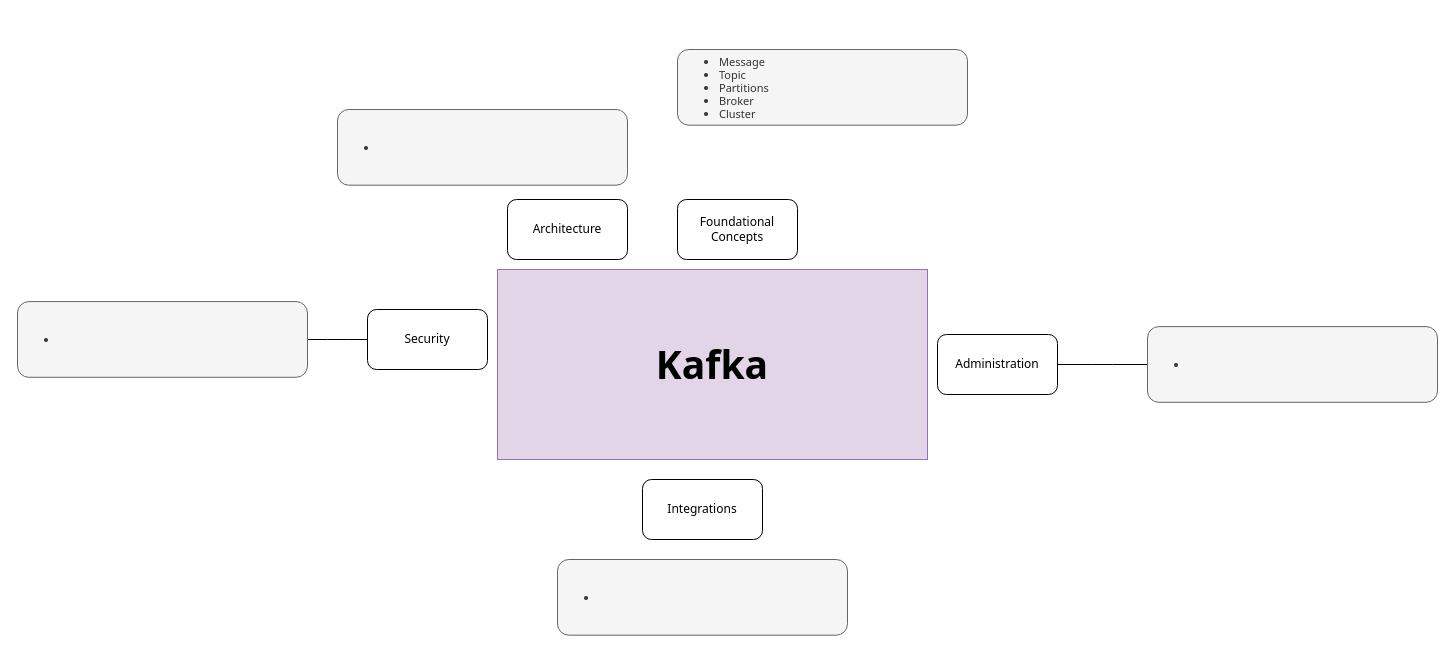
Above: Kafka.drawio in kanchantewary/MindMaps (draw.io), before the change. Source tidied: cells renumbered, new cells numbered last; positions are measured from the earlier drawing's top-left corner, leaving out a move shared by most shapes. Both pictures are drawn from the tidied source at 100%, with x=0, y=0 at pixel (17, 49).
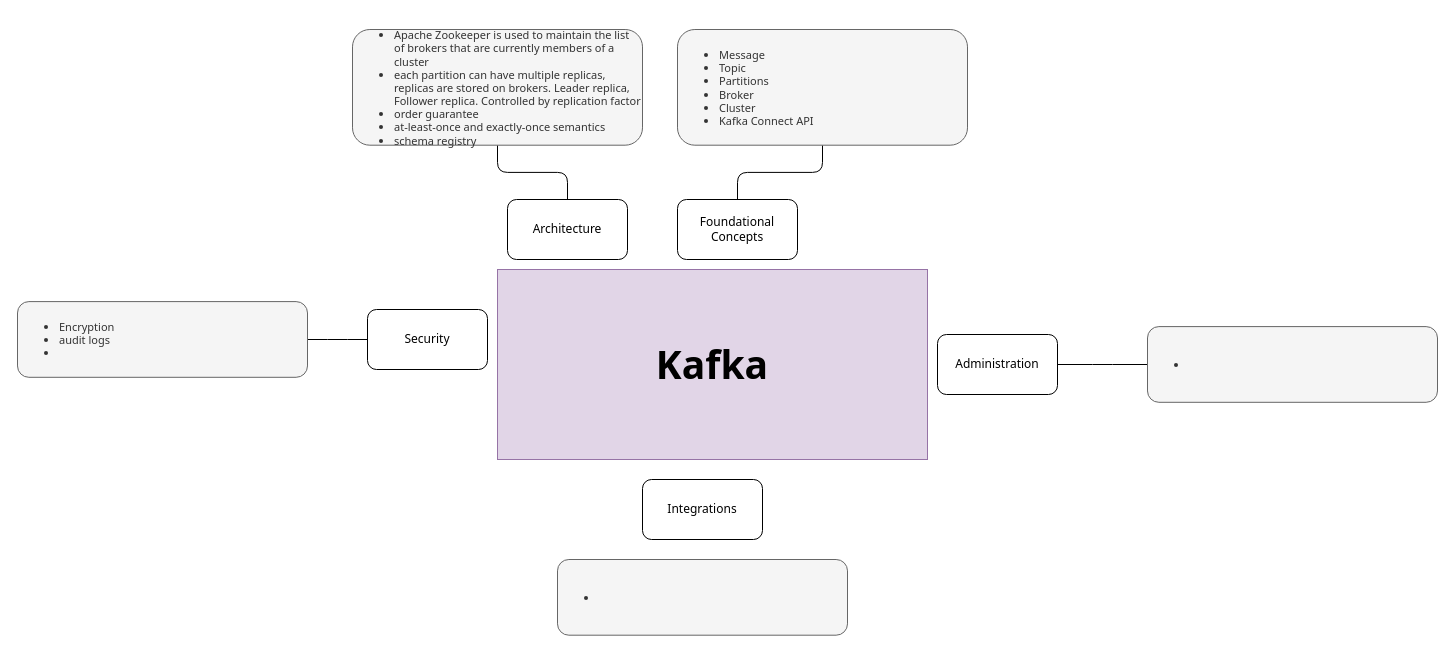
After the change.

What changed in the source:
```diff
@@
 <mxGraphModel>
   <root>
     <mxCell id="0" />
     <mxCell id="1" parent="0" />
     <mxCell id="2" value="&lt;h2&gt;Kafka&lt;/h2&gt;" style="rounded=0;whiteSpace=wrap;html=1;fontSize=26;fontFamily=Tahoma;fillColor=#e1d5e7;strokeColor=#9673a6;" parent="1" vertex="1">
       <mxGeometry x="480" y="220" width="430" height="190" as="geometry" />
     </mxCell>
+    <mxCell id="15" style="edgeStyle=orthogonalEdgeStyle;rounded=1;jettySize=auto;html=1;fontFamily=Tahoma;endArrow=none;endFill=0;" parent="1" edge="1" source="3" target="11">
+      <mxGeometry relative="1" as="geometry" />
+    </mxCell>
     <mxCell id="3" value="Architecture" style="rounded=1;whiteSpace=wrap;html=1;fontFamily=Tahoma;" parent="1" vertex="1">
       <mxGeometry x="490" y="150" width="120" height="60" as="geometry" />
     </mxCell>
     <mxCell id="4" value="Integrations" style="rounded=1;whiteSpace=wrap;html=1;fontFamily=Tahoma;" parent="1" vertex="1">
       <mxGeometry x="625" y="430" width="120" height="60" as="geometry" />
     </mxCell>
     <mxCell id="5" style="edgeStyle=orthogonalEdgeStyle;rounded=1;jettySize=auto;html=1;fontFamily=Tahoma;endArrow=none;endFill=0;" parent="1" edge="1" source="6" target="12">
       <mxGeometry relative="1" as="geometry" />
     </mxCell>
     <mxCell id="6" value="Security" style="rounded=1;whiteSpace=wrap;html=1;fontFamily=Tahoma;" parent="1" vertex="1">
       <mxGeometry x="350" y="260" width="120" height="60" as="geometry" />
     </mxCell>
     <mxCell id="7" style="edgeStyle=orthogonalEdgeStyle;rounded=1;jettySize=auto;html=1;fontFamily=Tahoma;endArrow=none;endFill=0;" parent="1" edge="1" source="8" target="9">
       <mxGeometry relative="1" as="geometry" />
     </mxCell>
     <mxCell id="8" value="Administration" style="rounded=1;whiteSpace=wrap;html=1;fontFamily=Tahoma;" parent="1" vertex="1">
       <mxGeometry x="920" y="285" width="120" height="60" as="geometry" />
     </mxCell>
     <mxCell id="9" value="&lt;ul&gt;&lt;li&gt;&lt;br&gt;&lt;/li&gt;&lt;/ul&gt;" style="rounded=1;whiteSpace=wrap;html=1;fontFamily=Tahoma;align=left;fontSize=11;fillColor=#f5f5f5;fontColor=#333333;strokeColor=#666666;" parent="1" vertex="1">
       <mxGeometry x="1130" y="277.1" width="290" height="75.7" as="geometry" />
     </mxCell>
     <mxCell id="10" value="&lt;ul&gt;&lt;li&gt;&lt;br&gt;&lt;/li&gt;&lt;/ul&gt;" style="rounded=1;whiteSpace=wrap;html=1;fontFamily=Tahoma;align=left;fontSize=11;fillColor=#f5f5f5;fontColor=#333333;strokeColor=#666666;" parent="1" vertex="1">
       <mxGeometry x="540" y="510" width="290" height="75.7" as="geometry" />
     </mxCell>
-    <mxCell id="11" value="&lt;ul&gt;&lt;li&gt;&lt;br&gt;&lt;/li&gt;&lt;/ul&gt;" style="rounded=1;whiteSpace=wrap;html=1;fontFamily=Tahoma;align=left;fontSize=11;fillColor=#f5f5f5;fontColor=#333333;strokeColor=#666666;" parent="1" vertex="1">
-      <mxGeometry x="320" y="60" width="290" height="75.7" as="geometry" />
+    <mxCell id="11" value="&lt;ul&gt;&lt;li&gt;&lt;span&gt;Apache Zookeeper is used to maintain the list of brokers that are currently members of a cluster&lt;/span&gt;&lt;br&gt;&lt;/li&gt;&lt;li&gt;each partition can have multiple replicas, replicas are stored on brokers. Leader replica, Follower replica. Controlled by replication factor&lt;/li&gt;&lt;li&gt;order guarantee&lt;/li&gt;&lt;li&gt;at-least-once and exactly-once semantics&lt;/li&gt;&lt;li&gt;schema registry&lt;/li&gt;&lt;/ul&gt;" style="rounded=1;whiteSpace=wrap;html=1;fontFamily=Tahoma;align=left;fontSize=11;fillColor=#f5f5f5;fontColor=#333333;strokeColor=#666666;" parent="1" vertex="1">
+      <mxGeometry x="335" y="-20" width="290" height="115.7" as="geometry" />
     </mxCell>
-    <mxCell id="12" value="&lt;ul&gt;&lt;li&gt;&lt;br&gt;&lt;/li&gt;&lt;/ul&gt;" style="rounded=1;whiteSpace=wrap;html=1;fontFamily=Tahoma;align=left;fontSize=11;fillColor=#f5f5f5;fontColor=#333333;strokeColor=#666666;" parent="1" vertex="1">
+    <mxCell id="12" value="&lt;ul&gt;&lt;li&gt;Encryption&lt;/li&gt;&lt;li&gt;audit logs&lt;/li&gt;&lt;li&gt;&lt;br&gt;&lt;/li&gt;&lt;/ul&gt;" style="rounded=1;whiteSpace=wrap;html=1;fontFamily=Tahoma;align=left;fontSize=11;fillColor=#f5f5f5;fontColor=#333333;strokeColor=#666666;" parent="1" vertex="1">
       <mxGeometry y="252.1" width="290" height="75.7" as="geometry" />
     </mxCell>
+    <mxCell id="16" style="edgeStyle=orthogonalEdgeStyle;rounded=1;jettySize=auto;html=1;fontFamily=Tahoma;endArrow=none;endFill=0;" parent="1" edge="1" source="13" target="14">
+      <mxGeometry relative="1" as="geometry" />
+    </mxCell>
     <mxCell id="13" value="Foundational Concepts" style="rounded=1;whiteSpace=wrap;html=1;fontFamily=Tahoma;" parent="1" vertex="1">
       <mxGeometry x="660" y="150" width="120" height="60" as="geometry" />
     </mxCell>
-    <mxCell id="14" value="&lt;ul&gt;&lt;li&gt;Message&lt;/li&gt;&lt;li&gt;Topic&lt;/li&gt;&lt;li&gt;Partitions&lt;/li&gt;&lt;li&gt;Broker&lt;/li&gt;&lt;li&gt;Cluster&lt;/li&gt;&lt;/ul&gt;" style="rounded=1;whiteSpace=wrap;html=1;fontFamily=Tahoma;align=left;fontSize=11;fillColor=#f5f5f5;fontColor=#333333;strokeColor=#666666;" parent="1" vertex="1">
-      <mxGeometry x="660" width="290" height="75.7" as="geometry" />
+    <mxCell id="14" value="&lt;ul&gt;&lt;li&gt;Message&lt;/li&gt;&lt;li&gt;Topic&lt;/li&gt;&lt;li&gt;Partitions&lt;/li&gt;&lt;li&gt;Broker&lt;/li&gt;&lt;li&gt;Cluster&lt;/li&gt;&lt;li&gt;Kafka Connect API&lt;/li&gt;&lt;/ul&gt;" style="rounded=1;whiteSpace=wrap;html=1;fontFamily=Tahoma;align=left;fontSize=11;fillColor=#f5f5f5;fontColor=#333333;strokeColor=#666666;" parent="1" vertex="1">
+      <mxGeometry x="660" y="-20" width="290" height="115.7" as="geometry" />
     </mxCell>
   </root>
 </mxGraphModel>
```
